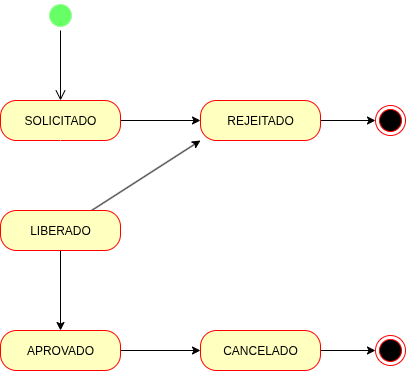
This is docs/state_diagram.png from Gabrielx47/request-manager, a draw.io export, as it was before one commit. Source tidied: cells renumbered, new cells last; positions are measured from the earlier drawing's top-left corner, leaving out a move shared by most shapes. The source it was exported from:
```xml
<mxGraphModel>
  <root>
    <mxCell id="0" />
    <mxCell id="1" parent="0" />
    <mxCell id="2" style="ellipse;html=1;shape=startState;fillColor=#66FF66;strokeColor=#99FF99;" parent="1" vertex="1">
      <mxGeometry x="45" width="30" height="30" as="geometry" />
    </mxCell>
    <mxCell id="3" style="edgeStyle=orthogonalEdgeStyle;html=1;verticalAlign=bottom;endArrow=open;endSize=8;strokeColor=#000000;rounded=0;entryX=0.5;entryY=0;entryDx=0;entryDy=0;" parent="1" edge="1" source="2" target="5">
      <mxGeometry relative="1" as="geometry" />
    </mxCell>
    <mxCell id="4" style="edgeStyle=orthogonalEdgeStyle;rounded=0;jettySize=auto;html=1;" parent="1" edge="1" source="5" target="11">
      <mxGeometry relative="1" as="geometry" />
    </mxCell>
    <mxCell id="5" value="SOLICITADO" style="rounded=1;whiteSpace=wrap;html=1;arcSize=40;fontColor=#000000;fillColor=#ffffc0;strokeColor=#ff0000;" parent="1" vertex="1">
      <mxGeometry y="100" width="120" height="40" as="geometry" />
    </mxCell>
    <mxCell id="6" style="edgeStyle=orthogonalEdgeStyle;html=1;verticalAlign=bottom;endArrow=open;endSize=8;strokeColor=#FFFFFF;rounded=0;entryX=0.5;entryY=0;entryDx=0;entryDy=0;" parent="1" edge="1" source="5" target="9">
      <mxGeometry relative="1" as="geometry" />
    </mxCell>
    <mxCell id="7" style="rounded=0;jettySize=auto;html=1;entryX=0;entryY=1;entryDx=0;entryDy=0;" parent="1" edge="1" source="9" target="11">
      <mxGeometry relative="1" as="geometry" />
    </mxCell>
    <mxCell id="8" style="edgeStyle=orthogonalEdgeStyle;rounded=0;jettySize=auto;html=1;" parent="1" edge="1" source="9" target="14">
      <mxGeometry relative="1" as="geometry" />
    </mxCell>
    <mxCell id="9" value="LIBERADO" style="rounded=1;whiteSpace=wrap;html=1;arcSize=40;fontColor=#000000;fillColor=#ffffc0;strokeColor=#ff0000;" parent="1" vertex="1">
      <mxGeometry y="210" width="120" height="40" as="geometry" />
    </mxCell>
    <mxCell id="10" style="edgeStyle=orthogonalEdgeStyle;rounded=0;jettySize=auto;html=1;entryX=0;entryY=0.5;entryDx=0;entryDy=0;" parent="1" edge="1" source="11" target="12">
      <mxGeometry relative="1" as="geometry" />
    </mxCell>
    <mxCell id="11" value="REJEITADO" style="rounded=1;whiteSpace=wrap;html=1;arcSize=40;fontColor=#000000;fillColor=#ffffc0;strokeColor=#ff0000;" parent="1" vertex="1">
      <mxGeometry x="200" y="100" width="120" height="40" as="geometry" />
    </mxCell>
    <mxCell id="12" style="ellipse;html=1;shape=endState;fillColor=#000000;strokeColor=#ff0000;" parent="1" vertex="1">
      <mxGeometry x="375" y="105" width="30" height="30" as="geometry" />
    </mxCell>
    <mxCell id="13" style="edgeStyle=orthogonalEdgeStyle;rounded=0;jettySize=auto;html=1;" parent="1" edge="1" source="14" target="16">
      <mxGeometry relative="1" as="geometry" />
    </mxCell>
    <mxCell id="14" value="APROVADO" style="rounded=1;whiteSpace=wrap;html=1;arcSize=40;fontColor=#000000;fillColor=#ffffc0;strokeColor=#ff0000;" parent="1" vertex="1">
      <mxGeometry y="330" width="120" height="40" as="geometry" />
    </mxCell>
    <mxCell id="15" style="edgeStyle=orthogonalEdgeStyle;rounded=0;jettySize=auto;html=1;entryX=0;entryY=0.5;entryDx=0;entryDy=0;" parent="1" edge="1" source="16" target="17">
      <mxGeometry relative="1" as="geometry" />
    </mxCell>
    <mxCell id="16" value="CANCELADO" style="rounded=1;whiteSpace=wrap;html=1;arcSize=40;fontColor=#000000;fillColor=#ffffc0;strokeColor=#ff0000;" parent="1" vertex="1">
      <mxGeometry x="200" y="330" width="120" height="40" as="geometry" />
    </mxCell>
    <mxCell id="17" style="ellipse;html=1;shape=endState;fillColor=#000000;strokeColor=#ff0000;" parent="1" vertex="1">
      <mxGeometry x="375" y="335" width="30" height="30" as="geometry" />
    </mxCell>
  </root>
</mxGraphModel>
```
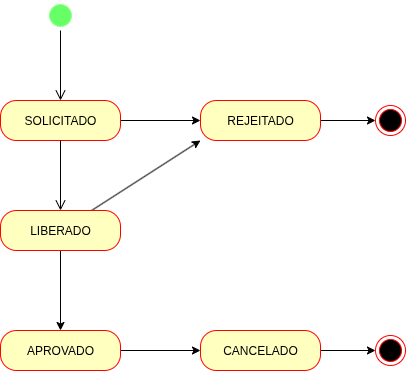
The same file after the commit.

Commit message:
docs: atualizar imagem do diagram de estatos

What changed in the source:
```diff
@@ -14,7 +14,7 @@
     <mxCell id="5" value="SOLICITADO" style="rounded=1;whiteSpace=wrap;html=1;arcSize=40;fontColor=#000000;fillColor=#ffffc0;strokeColor=#ff0000;" parent="1" vertex="1">
       <mxGeometry y="100" width="120" height="40" as="geometry" />
     </mxCell>
-    <mxCell id="6" style="edgeStyle=orthogonalEdgeStyle;html=1;verticalAlign=bottom;endArrow=open;endSize=8;strokeColor=#FFFFFF;rounded=0;entryX=0.5;entryY=0;entryDx=0;entryDy=0;" parent="1" edge="1" source="5" target="9">
+    <mxCell id="6" style="edgeStyle=orthogonalEdgeStyle;html=1;verticalAlign=bottom;endArrow=open;endSize=8;strokeColor=#000000;rounded=0;entryX=0.5;entryY=0;entryDx=0;entryDy=0;" parent="1" edge="1" source="5" target="9">
       <mxGeometry relative="1" as="geometry" />
     </mxCell>
     <mxCell id="7" style="rounded=0;jettySize=auto;html=1;entryX=0;entryY=1;entryDx=0;entryDy=0;" parent="1" edge="1" source="9" target="11">
```
